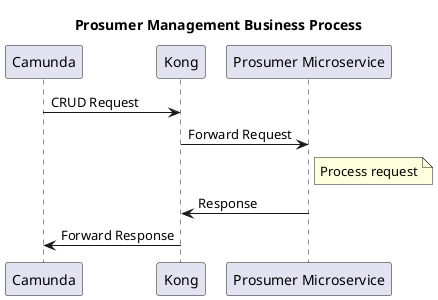
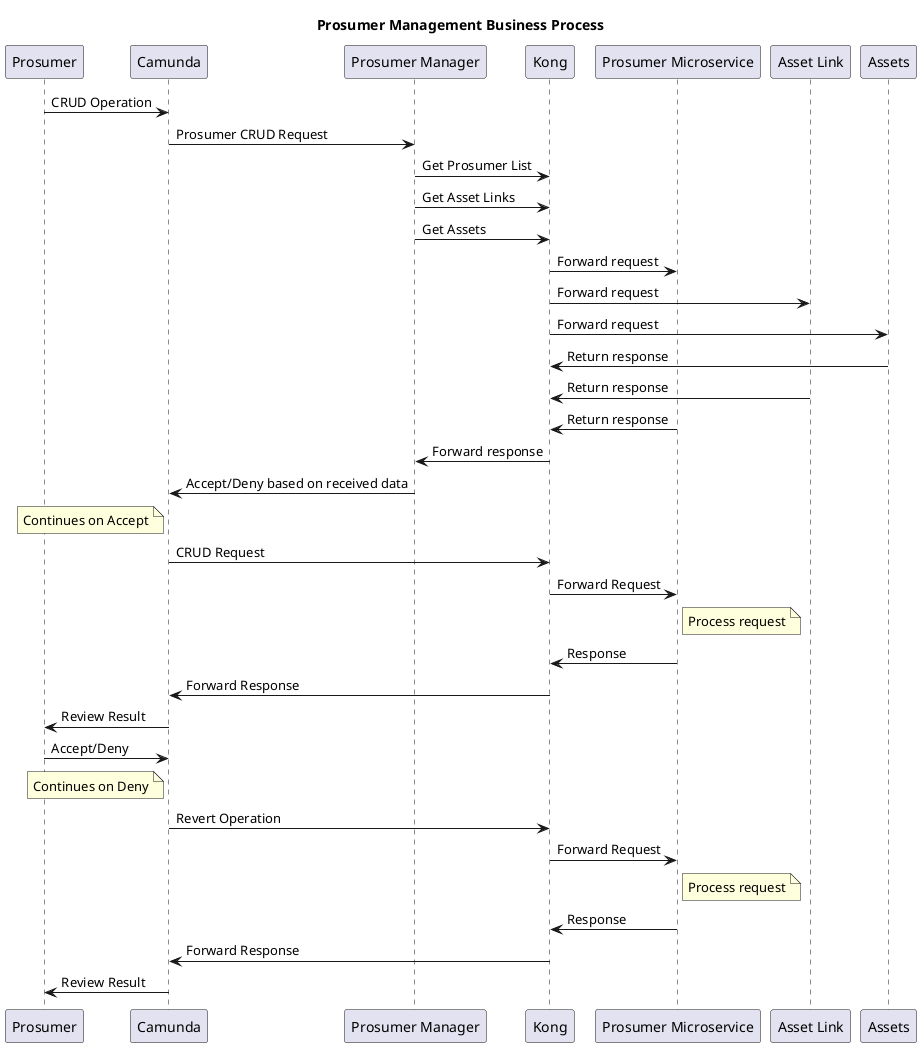
@startuml Prosumer Management Business Process
title Prosumer Management Business Process

+ participant "Prosumer"
participant "Camunda" as C
+ participant "Prosumer Manager"
participant "Kong" as K
participant "Prosumer Microservice" as P
+ participant "Asset Link" as AL
+ participant "Assets" as A
+ 
+ Prosumer -> C : CRUD Operation
+ C -> "Prosumer Manager" : Prosumer CRUD Request
+ "Prosumer Manager" -> K : Get Prosumer List
+ "Prosumer Manager" -> K : Get Asset Links
+ "Prosumer Manager" -> K : Get Assets
+ 
+ K -> P : Forward request
+ K -> AL : Forward request
+ K -> A : Forward request
+ 
+ A -> K : Return response
+ AL -> K : Return response
+ P -> K : Return response
+ 
+ K-> "Prosumer Manager" : Forward response
+ 
+ "Prosumer Manager" -> C : Accept/Deny based on received data
+ 
+ note left of C
+   Continues on Accept
+ end note

C -> K : CRUD Request
+ K -> P : Forward Request
+ 
+ note right of P
+   Process request
+ end note
+ 
+ P -> K : Response
+ K -> C : Forward Response
+ C -> Prosumer : Review Result
+ Prosumer -> C : Accept/Deny
+ 
+ note left of C
+   Continues on Deny
+ end note
+ 
+ C -> K : Revert Operation
K -> P : Forward Request
note right of P
  Process request
end note
P -> K : Response
K -> C : Forward Response
- 
+ C -> Prosumer : Review Result
@enduml
